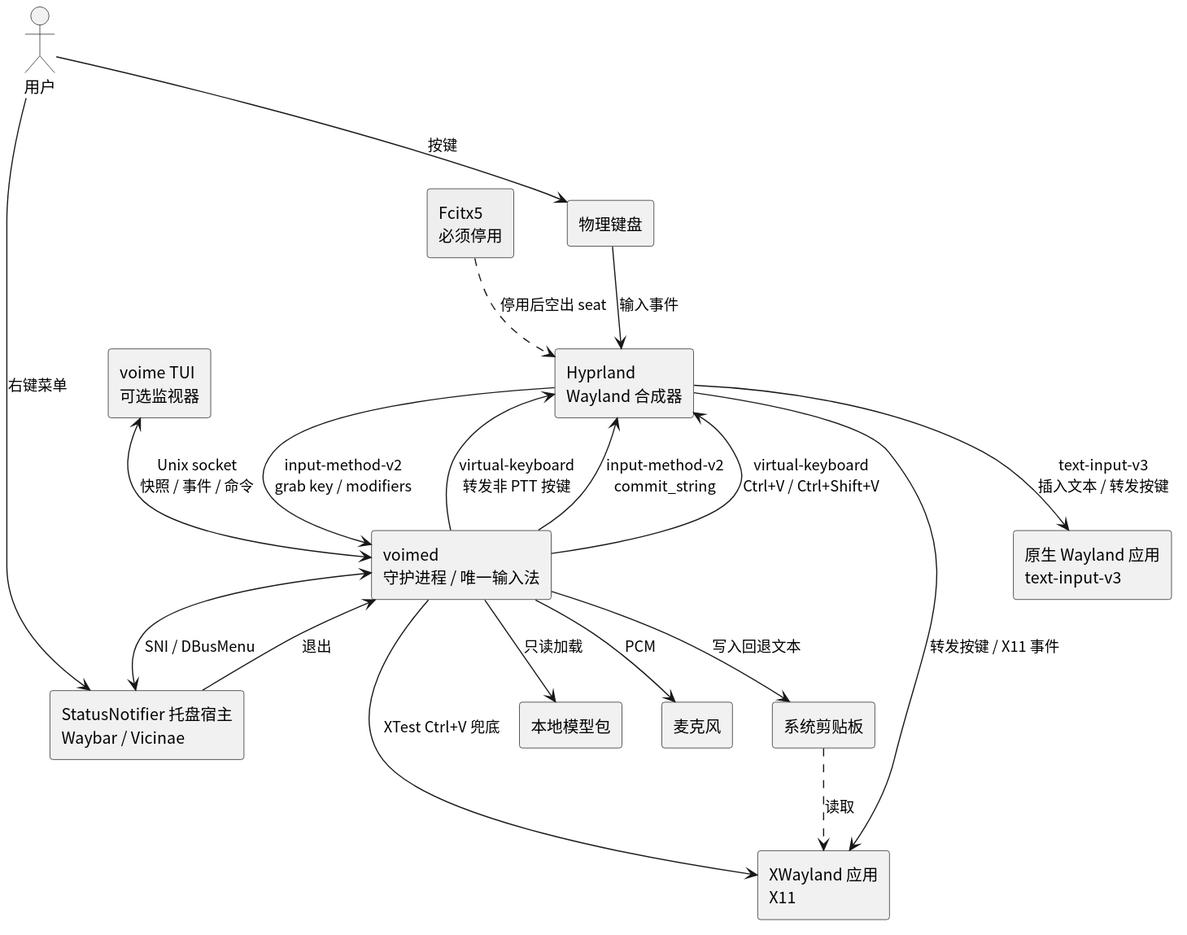
The PlantUML diagram diagram/proposal-architecture.svg in 54m43lJ/voime, before a commit.
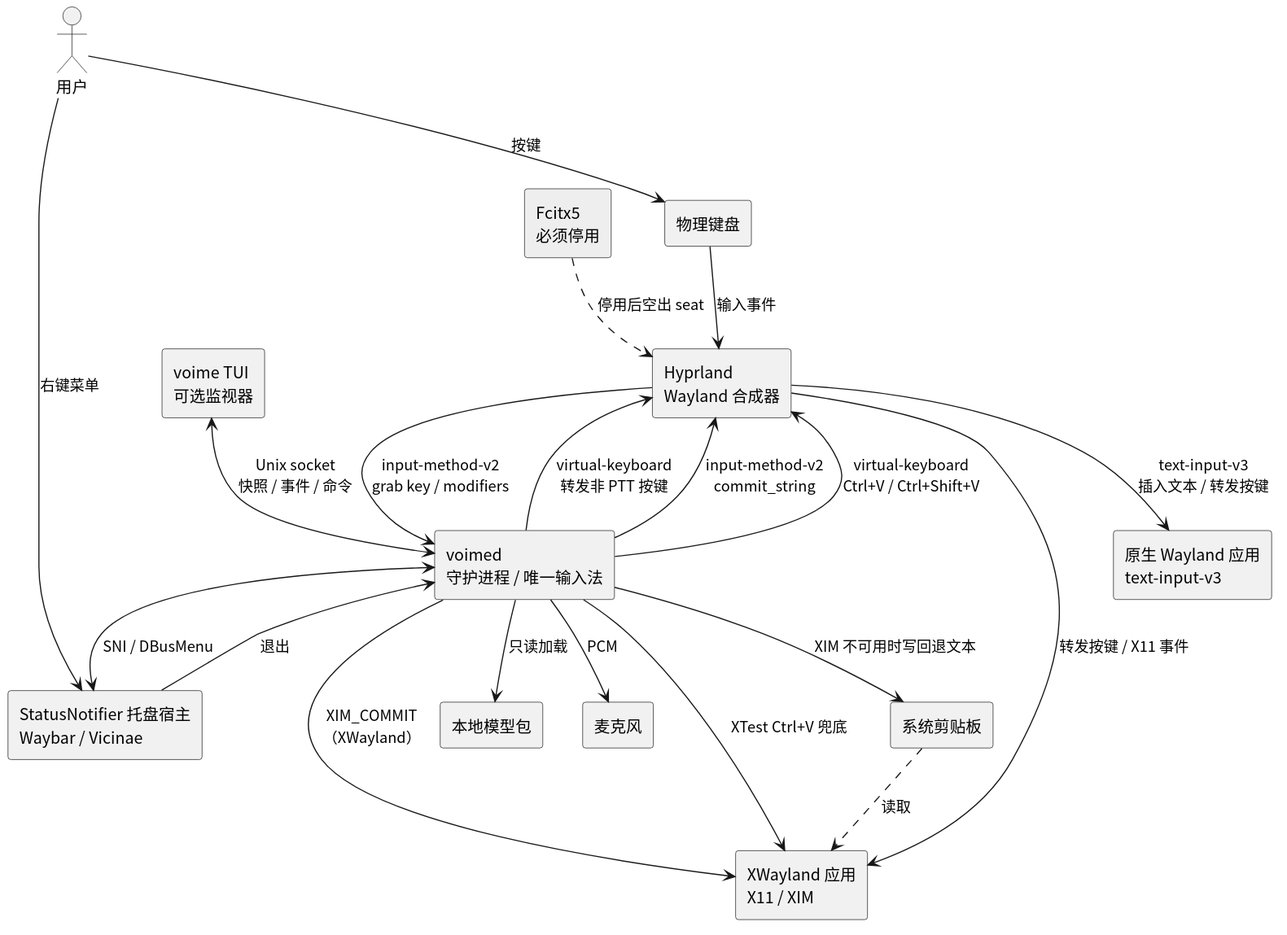
After the change.

What changed in the source:
```diff
@@ -8,7 +8,7 @@
 component "物理键盘" as Keyboard
 component "Hyprland\nWayland 合成器" as Hyprland
 component "原生 Wayland 应用\ntext-input-v3" as WaylandApp
-component "XWayland 应用\nX11" as XApp
+component "XWayland 应用\nX11 / XIM" as XApp
 component "voimed\n守护进程 / 唯一输入法" as Daemon
 component "voime TUI\n可选监视器" as Tui
 component "StatusNotifier 托盘宿主\nWaybar / Vicinae" as Tray
@@ -24,8 +24,9 @@
 Daemon --> Hyprland : input-method-v2\ncommit_string
 Hyprland --> WaylandApp : text-input-v3\n插入文本 / 转发按键
 Hyprland --> XApp : 转发按键 / X11 事件
+Daemon --> XApp : XIM_COMMIT\n（XWayland）
 Daemon --> Hyprland : virtual-keyboard\nCtrl+V / Ctrl+Shift+V
-Daemon --> Clip : 写入回退文本
+Daemon --> Clip : XIM 不可用时写回退文本
 Daemon --> XApp : XTest Ctrl+V 兜底
 Clip ..> XApp : 读取
 Daemon --> Mic : PCM
```
